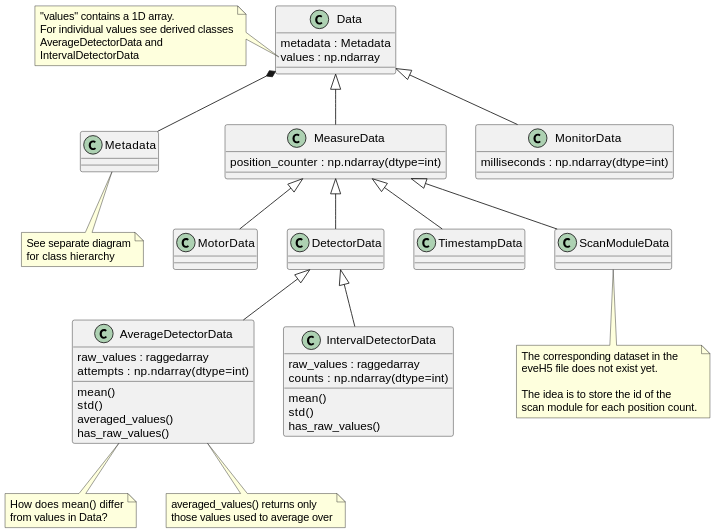
The PlantUML diagram docs/uml/evedata.evefile.data.svg in tillbiskup/evedata, before a commit. Its diagram source:
```plantuml
@startuml

class Data {
    metadata : Metadata
    values : np.ndarray
}
note left of Data::values
    "values" contains a 1D array.
    For individual values see derived classes
    AverageDetectorData and
    IntervalDetectorData
end note

class Metadata {
}
note bottom: See separate diagram\nfor class hierarchy

class MeasureData {
    {field} position_counter : np.ndarray(dtype=int)
}

class MonitorData {
    {field} milliseconds : np.ndarray(dtype=int)
}

class MotorData {
}

class DetectorData {
}

class TimestampData {
}

class ScanModuleData {
}
note bottom
    The corresponding dataset in the
    eveH5 file does not exist yet.

    The idea is to store the id of the
    scan module for each position count.
end note

class AverageDetectorData {
    raw_values : raggedarray
    {field} attempts : np.ndarray(dtype=int)
    mean()
    std()
    averaged_values()
    has_raw_values()
}
note bottom: How does mean() differ\nfrom values in Data?
note bottom of AverageDetectorData: averaged_values() returns only\nthose values used to average over

class IntervalDetectorData {
    raw_values : raggedarray
    {field} counts : np.ndarray(dtype=int)
    mean()
    std()
    has_raw_values()
}

Data *-- Metadata
Data <|-- MeasureData
Data <|-- MonitorData
MeasureData <|-- MotorData
MeasureData <|-- DetectorData
MeasureData <|-- TimestampData
MeasureData <|-- ScanModuleData
DetectorData <|-- AverageDetectorData
DetectorData <|-- IntervalDetectorData
@enduml
```
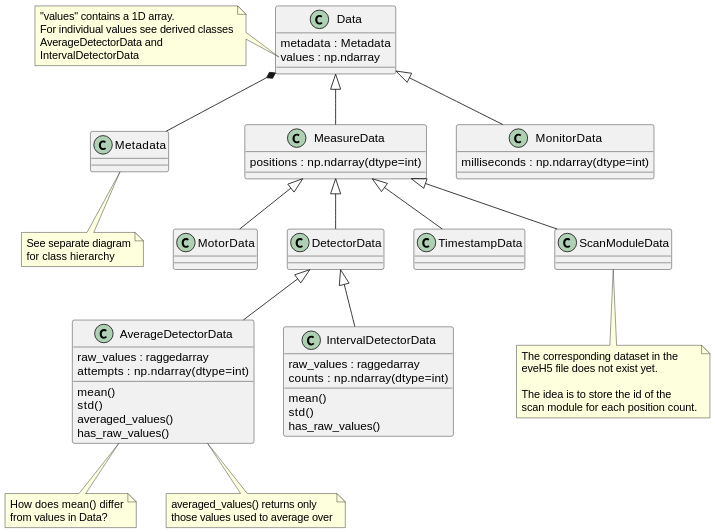
Later version of the same file.

The edit, as a diff of the source:
```diff
@@ -16,7 +16,7 @@
 note bottom: See separate diagram\nfor class hierarchy
 
 class MeasureData {
-    {field} position_counter : np.ndarray(dtype=int)
+    {field} positions : np.ndarray(dtype=int)
 }
 
 class MonitorData {
```
